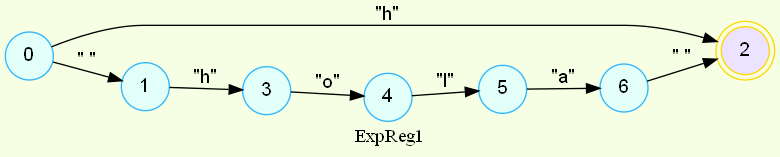
The Graphviz diagram AFD_202000119/ExpReg1.png in SergieArizandieta/OLC1-P1-202000119, before a commit. Its source is kept beside it as AFD_202000119/ExpReg1.dot.
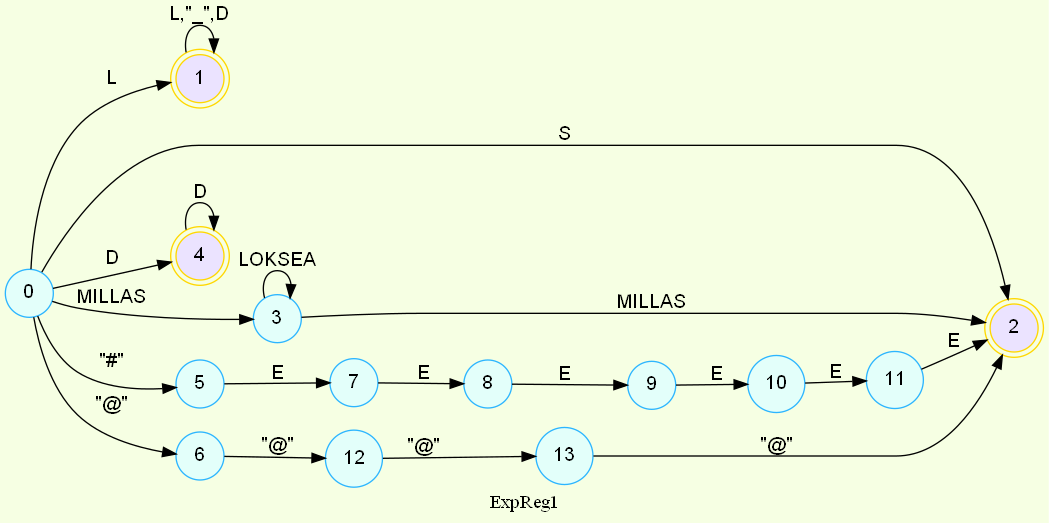
The same file after the commit.

The edit, as a diff of the source:
```diff
@@ -3,14 +3,26 @@
 	node [fontname="Helvetica,Arial,sans-serif" ]
 	edge [fontname="Helvetica,Arial,sans-serif"]
 	rankdir=LR;
-	node [shape = doublecircle, color = gold fillcolor="#EBE3FF" style =filled];2;
+	node [shape = doublecircle, color = gold fillcolor="#EBE3FF" style =filled];1,2,4;
 	node [shape = circle, color = "#2CB5FF" fillcolor="#E3FFFA" style =filled];
 
-0->1[label = "\" \""];
-0->2[label = "\"h\""];
-1->3[label = "\"h\""];
-3->4[label = "\"o\""];
-4->5[label = "\"l\""];
-5->6[label = "\"a\""];
-6->2[label = "\" \""];
+0->1[label = "L"];
+0->2[label = "S"];
+0->3[label = "MILLAS"];
+0->4[label = "D"];
+0->5[label = "\"#\""];
+0->6[label = "\"@\""];
+1->1[label = "L,\"_\",D"];
+3->3[label = "LOKSEA"];
+3->2[label = "MILLAS"];
+4->4[label = "D"];
+5->7[label = "E"];
+7->8[label = "E"];
+8->9[label = "E"];
+9->10[label = "E"];
+10->11[label = "E"];
+11->2[label = "E"];
+6->12[label = "\"@\""];
+12->13[label = "\"@\""];
+13->2[label = "\"@\""];
 label= ExpReg1}
```
